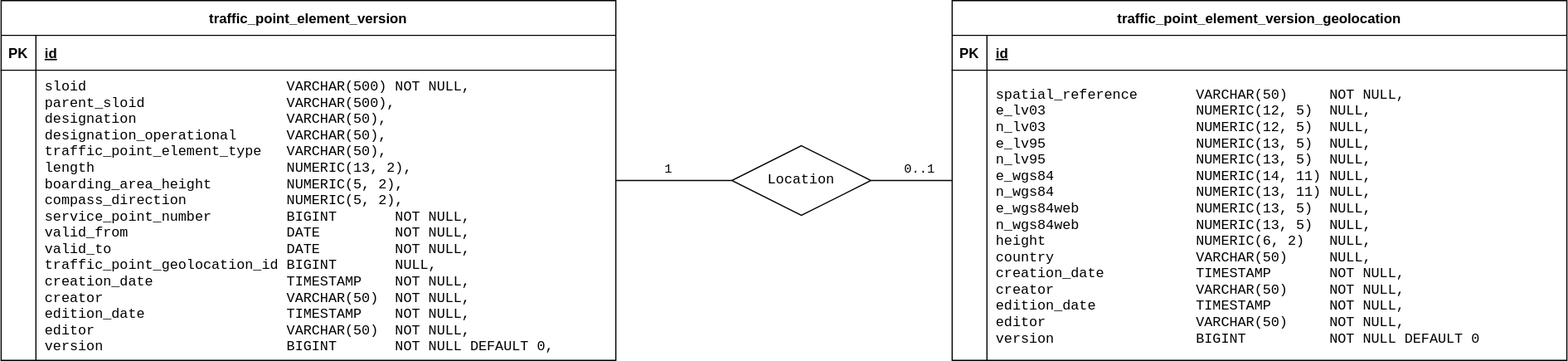
Above: service-point-directory/src/docs/db-traffic-point-element.svg in iuccio/atlas (draw.io), before the change. Source tidied: cells renumbered, new cells last; positions are measured from the earlier drawing's top-left corner, leaving out a move shared by most shapes. Its diagram source:
```xml
<mxGraphModel>
  <root>
    <mxCell id="0" />
    <mxCell id="1" parent="0" />
    <mxCell id="2" value="traffic_point_element_version" style="shape=table;startSize=30;rowLines=0;fontStyle=1;align=center;" parent="1" vertex="1">
      <mxGeometry width="530" height="310" as="geometry" />
    </mxCell>
    <mxCell id="3" style="shape=partialRectangle;fillColor=none;top=0;left=0;right=0;bottom=1;" parent="2" vertex="1">
      <mxGeometry y="30" width="530" height="30" as="geometry" />
    </mxCell>
    <mxCell id="4" value="PK" style="shape=partialRectangle;overflow=hidden;fillColor=none;top=0;left=0;bottom=0;right=0;fontStyle=1;" parent="3" vertex="1">
      <mxGeometry width="30" height="30" as="geometry" />
    </mxCell>
    <mxCell id="5" value="id" style="shape=partialRectangle;overflow=hidden;fillColor=none;top=0;left=0;bottom=0;right=0;align=left;spacingLeft=6;fontStyle=5;" parent="3" vertex="1">
      <mxGeometry x="30" width="500" height="30" as="geometry" />
    </mxCell>
    <mxCell id="6" style="shape=partialRectangle;fillColor=none;top=0;left=0;right=0;bottom=0;" parent="2" vertex="1">
      <mxGeometry y="60" width="530" height="250" as="geometry" />
    </mxCell>
    <mxCell id="7" style="shape=partialRectangle;overflow=hidden;fillColor=none;top=0;left=0;bottom=0;right=0;" parent="6" vertex="1">
      <mxGeometry width="30" height="250" as="geometry" />
    </mxCell>
    <mxCell id="8" value="sloid                        VARCHAR(500) NOT NULL,&#10;parent_sloid                 VARCHAR(500),&#10;designation                  VARCHAR(50),&#10;designation_operational      VARCHAR(50),&#10;traffic_point_element_type   VARCHAR(50),&#10;length                       NUMERIC(13, 2),&#10;boarding_area_height         NUMERIC(5, 2),&#10;compass_direction            NUMERIC(5, 2),&#10;service_point_number         BIGINT       NOT NULL,&#10;valid_from                   DATE         NOT NULL,&#10;valid_to                     DATE         NOT NULL,&#10;traffic_point_geolocation_id BIGINT       NULL,&#10;creation_date                TIMESTAMP    NOT NULL,&#10;creator                      VARCHAR(50)  NOT NULL,&#10;edition_date                 TIMESTAMP    NOT NULL,&#10;editor                       VARCHAR(50)  NOT NULL,&#10;version                      BIGINT       NOT NULL DEFAULT 0," style="shape=partialRectangle;overflow=hidden;fillColor=none;top=0;left=0;bottom=0;right=0;align=left;spacingLeft=6;fontFamily=Courier New;fontStyle=0;" parent="6" vertex="1">
      <mxGeometry x="30" width="500" height="250" as="geometry" />
    </mxCell>
    <mxCell id="9" value="traffic_point_element_version_geolocation" style="shape=table;startSize=30;rowLines=0;fontStyle=1;align=center;" parent="1" vertex="1">
      <mxGeometry x="820" width="530" height="310" as="geometry" />
    </mxCell>
    <mxCell id="10" style="shape=partialRectangle;fillColor=none;top=0;left=0;right=0;bottom=1;" parent="9" vertex="1">
      <mxGeometry y="30" width="530" height="30" as="geometry" />
    </mxCell>
    <mxCell id="11" value="PK" style="shape=partialRectangle;overflow=hidden;fillColor=none;top=0;left=0;bottom=0;right=0;fontStyle=1;" parent="10" vertex="1">
      <mxGeometry width="30" height="30" as="geometry" />
    </mxCell>
    <mxCell id="12" value="id" style="shape=partialRectangle;overflow=hidden;fillColor=none;top=0;left=0;bottom=0;right=0;align=left;spacingLeft=6;fontStyle=5;" parent="10" vertex="1">
      <mxGeometry x="30" width="500" height="30" as="geometry" />
    </mxCell>
    <mxCell id="13" style="shape=partialRectangle;fillColor=none;top=0;left=0;right=0;bottom=0;" parent="9" vertex="1">
      <mxGeometry y="60" width="530" height="250" as="geometry" />
    </mxCell>
    <mxCell id="14" style="shape=partialRectangle;overflow=hidden;fillColor=none;top=0;left=0;bottom=0;right=0;" parent="13" vertex="1">
      <mxGeometry width="30" height="250" as="geometry" />
    </mxCell>
    <mxCell id="15" value="spatial_reference       VARCHAR(50)     NOT NULL,&#10;e_lv03                  NUMERIC(12, 5)  NULL,&#10;n_lv03                  NUMERIC(12, 5)  NULL,&#10;e_lv95                  NUMERIC(13, 5)  NULL,&#10;n_lv95                  NUMERIC(13, 5)  NULL,&#10;e_wgs84                 NUMERIC(14, 11) NULL,&#10;n_wgs84                 NUMERIC(13, 11) NULL,&#10;e_wgs84web              NUMERIC(13, 5)  NULL,&#10;n_wgs84web              NUMERIC(13, 5)  NULL,&#10;height                  NUMERIC(6, 2)   NULL,&#10;country                 VARCHAR(50)     NULL,&#10;creation_date           TIMESTAMP       NOT NULL,&#10;creator                 VARCHAR(50)     NOT NULL,&#10;edition_date            TIMESTAMP       NOT NULL,&#10;editor                  VARCHAR(50)     NOT NULL,&#10;version                 BIGINT          NOT NULL DEFAULT 0" style="shape=partialRectangle;overflow=hidden;fillColor=none;top=0;left=0;bottom=0;right=0;align=left;spacingLeft=6;fontFamily=Courier New;" parent="13" vertex="1">
      <mxGeometry x="30" width="500" height="250" as="geometry" />
    </mxCell>
    <mxCell id="16" value="1" style="edgeStyle=orthogonalEdgeStyle;rounded=0;jumpSize=12;jettySize=auto;html=1;exitX=0;exitY=0.5;exitDx=0;exitDy=0;strokeWidth=1;fontFamily=Courier New;startArrow=none;startFill=0;endArrow=none;endFill=0;labelPosition=left;verticalLabelPosition=top;align=right;verticalAlign=bottom;" parent="1" edge="1" source="17" target="2">
      <mxGeometry relative="1" as="geometry" />
    </mxCell>
    <mxCell id="17" value="Location" style="shape=rhombus;perimeter=rhombusPerimeter;whiteSpace=wrap;html=1;align=center;fontFamily=Courier New;" parent="1" vertex="1">
      <mxGeometry x="630" y="125" width="120" height="60" as="geometry" />
    </mxCell>
    <mxCell id="18" style="endArrow=none;html=1;rounded=0;strokeWidth=1;fontFamily=Courier New;jumpSize=12;exitX=1;exitY=0.5;exitDx=0;exitDy=0;labelPosition=center;verticalLabelPosition=top;align=center;verticalAlign=bottom;" parent="1" edge="1" source="17" target="9">
      <mxGeometry relative="1" as="geometry" />
    </mxCell>
    <mxCell id="19" value="0..1" style="edgeLabel;html=1;align=left;verticalAlign=bottom;fontFamily=Courier New;labelPosition=right;verticalLabelPosition=top;" parent="18" vertex="1">
      <mxGeometry x="-0.24" y="1" relative="1" as="geometry" />
    </mxCell>
  </root>
</mxGraphModel>
```
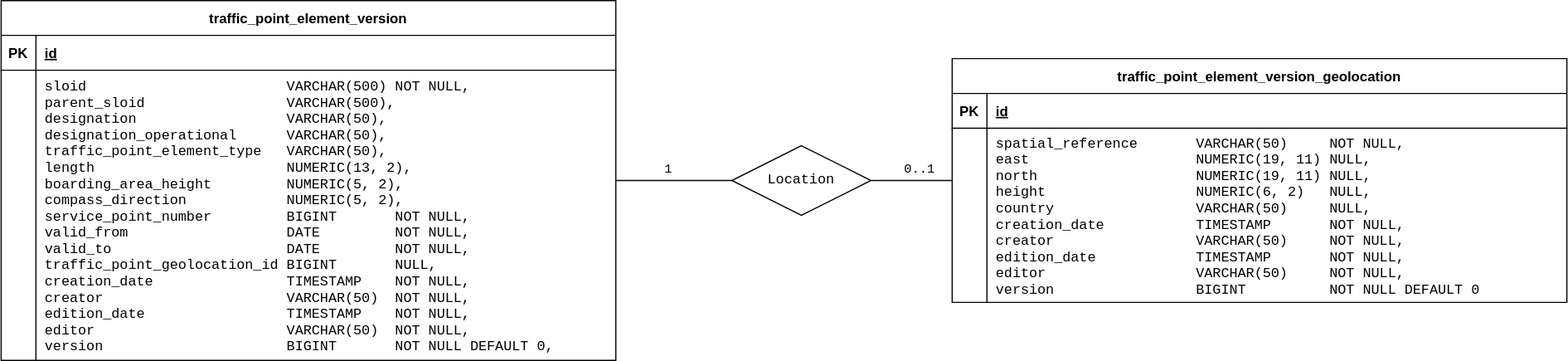
The same diagram one commit later.

What changed in the source:
```diff
@@ -24,7 +24,7 @@
       <mxGeometry x="30" width="500" height="250" as="geometry" />
     </mxCell>
     <mxCell id="9" value="traffic_point_element_version_geolocation" style="shape=table;startSize=30;rowLines=0;fontStyle=1;align=center;" parent="1" vertex="1">
-      <mxGeometry x="820" width="530" height="310" as="geometry" />
+      <mxGeometry x="820" y="50" width="530" height="210" as="geometry" />
     </mxCell>
     <mxCell id="10" style="shape=partialRectangle;fillColor=none;top=0;left=0;right=0;bottom=1;" parent="9" vertex="1">
       <mxGeometry y="30" width="530" height="30" as="geometry" />
@@ -36,13 +36,13 @@
       <mxGeometry x="30" width="500" height="30" as="geometry" />
     </mxCell>
     <mxCell id="13" style="shape=partialRectangle;fillColor=none;top=0;left=0;right=0;bottom=0;" parent="9" vertex="1">
-      <mxGeometry y="60" width="530" height="250" as="geometry" />
+      <mxGeometry y="60" width="530" height="150" as="geometry" />
     </mxCell>
     <mxCell id="14" style="shape=partialRectangle;overflow=hidden;fillColor=none;top=0;left=0;bottom=0;right=0;" parent="13" vertex="1">
-      <mxGeometry width="30" height="250" as="geometry" />
+      <mxGeometry width="30" height="150" as="geometry" />
     </mxCell>
-    <mxCell id="15" value="spatial_reference       VARCHAR(50)     NOT NULL,&#10;e_lv03                  NUMERIC(12, 5)  NULL,&#10;n_lv03                  NUMERIC(12, 5)  NULL,&#10;e_lv95                  NUMERIC(13, 5)  NULL,&#10;n_lv95                  NUMERIC(13, 5)  NULL,&#10;e_wgs84                 NUMERIC(14, 11) NULL,&#10;n_wgs84                 NUMERIC(13, 11) NULL,&#10;e_wgs84web              NUMERIC(13, 5)  NULL,&#10;n_wgs84web              NUMERIC(13, 5)  NULL,&#10;height                  NUMERIC(6, 2)   NULL,&#10;country                 VARCHAR(50)     NULL,&#10;creation_date           TIMESTAMP       NOT NULL,&#10;creator                 VARCHAR(50)     NOT NULL,&#10;edition_date            TIMESTAMP       NOT NULL,&#10;editor                  VARCHAR(50)     NOT NULL,&#10;version                 BIGINT          NOT NULL DEFAULT 0" style="shape=partialRectangle;overflow=hidden;fillColor=none;top=0;left=0;bottom=0;right=0;align=left;spacingLeft=6;fontFamily=Courier New;" parent="13" vertex="1">
-      <mxGeometry x="30" width="500" height="250" as="geometry" />
+    <mxCell id="15" value="spatial_reference       VARCHAR(50)     NOT NULL,&#10;east                    NUMERIC(19, 11) NULL,&#10;north                   NUMERIC(19, 11) NULL,&#10;height                  NUMERIC(6, 2)   NULL,&#10;country                 VARCHAR(50)     NULL,&#10;creation_date           TIMESTAMP       NOT NULL,&#10;creator                 VARCHAR(50)     NOT NULL,&#10;edition_date            TIMESTAMP       NOT NULL,&#10;editor                  VARCHAR(50)     NOT NULL,&#10;version                 BIGINT          NOT NULL DEFAULT 0" style="shape=partialRectangle;overflow=hidden;fillColor=none;top=0;left=0;bottom=0;right=0;align=left;spacingLeft=6;fontFamily=Courier New;" parent="13" vertex="1">
+      <mxGeometry x="30" width="500" height="150" as="geometry" />
     </mxCell>
     <mxCell id="16" value="1" style="edgeStyle=orthogonalEdgeStyle;rounded=0;jumpSize=12;jettySize=auto;html=1;exitX=0;exitY=0.5;exitDx=0;exitDy=0;strokeWidth=1;fontFamily=Courier New;startArrow=none;startFill=0;endArrow=none;endFill=0;labelPosition=left;verticalLabelPosition=top;align=right;verticalAlign=bottom;" parent="1" edge="1" source="17" target="2">
       <mxGeometry relative="1" as="geometry" />
```
